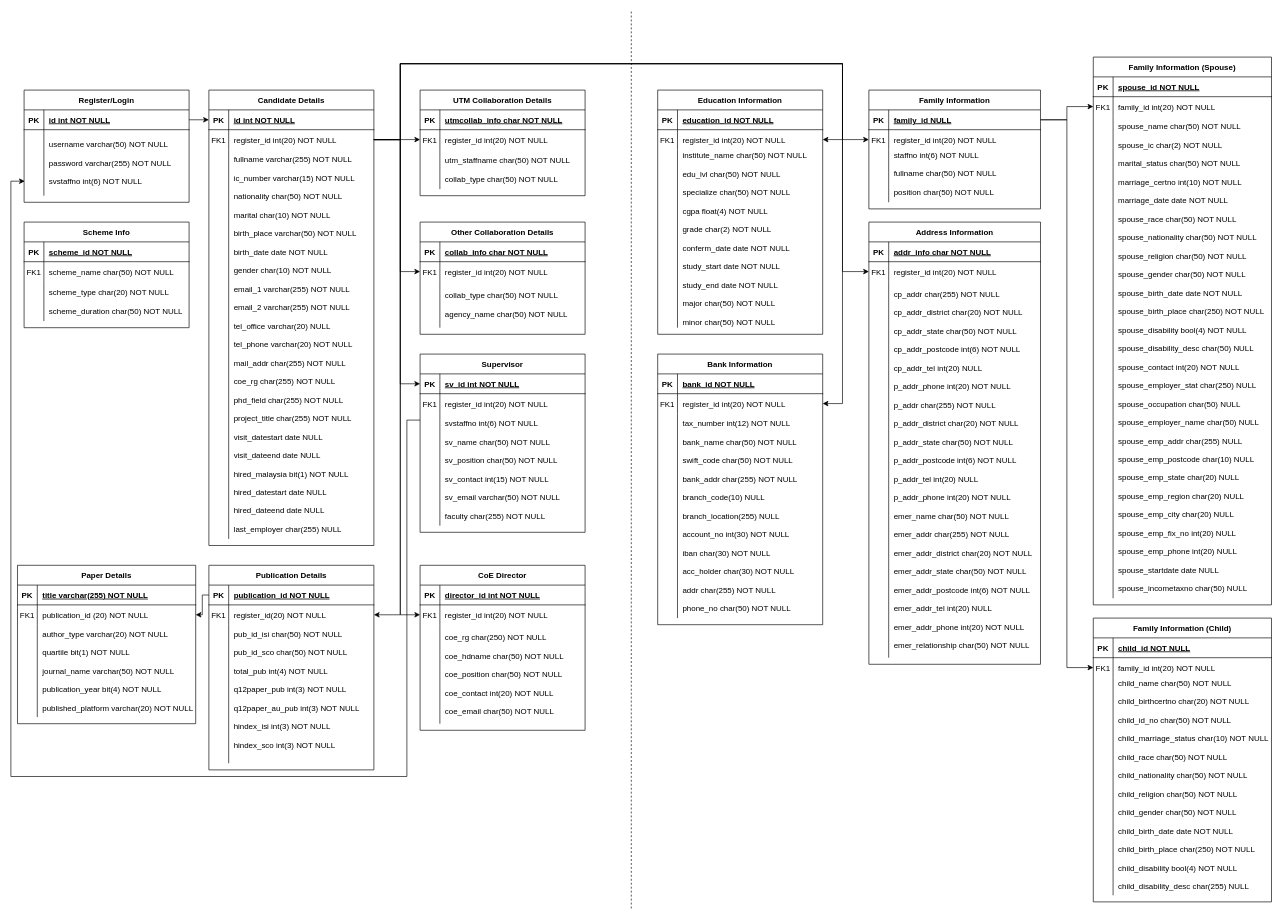
MohdSanusi/RF keeps this draw.io diagram as Untitled Diagram.drawio. Above is the earlier version. Source tidied: cells renumbered, new cells numbered last; positions are measured from the earlier drawing's top-left corner, leaving out a move shared by most shapes. Both pictures are drawn from the tidied source at 66%, with x=0, y=0 at pixel (11, 11).
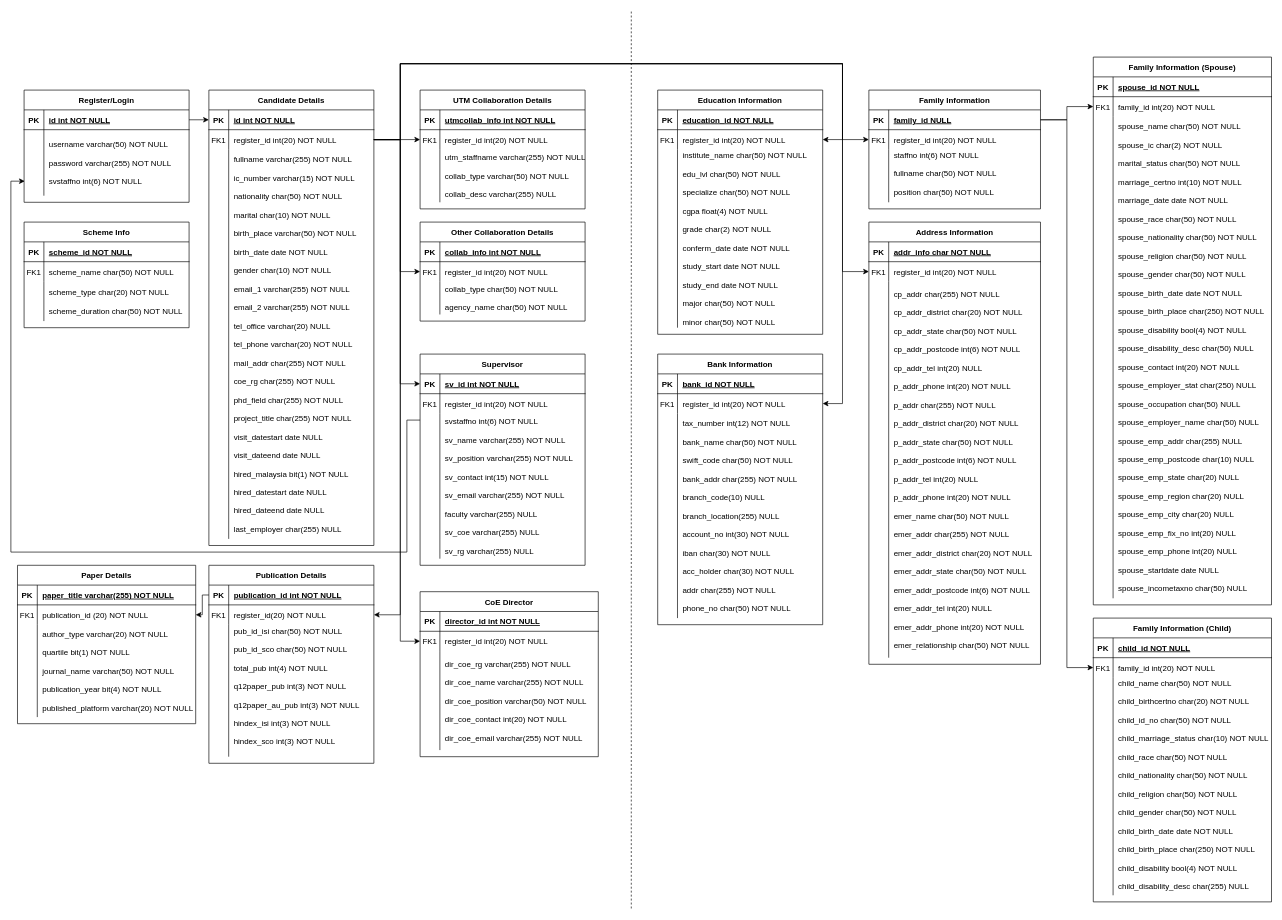
Above is the later version.

The change refers to these unchanged cells:
```xml
<mxCell id="6" style="shape=partialRectangle;fillColor=none;points=[[0,0.5],[1,0.5]];portConstraint=eastwest;top=0;left=0;right=0;bottom=0;" parent="2" vertex="1">
  <mxGeometry y="60" width="250" height="30" as="geometry" />
</mxCell>
<mxCell id="16" style="shape=partialRectangle;fillColor=none;points=[[0,0.5],[1,0.5]];portConstraint=eastwest;top=0;left=0;right=0;bottom=0;" parent="12" vertex="1">
  <mxGeometry y="60" width="250" height="100" as="geometry" />
</mxCell>
<mxCell id="21" style="shape=partialRectangle;fillColor=none;top=0;left=0;right=0;bottom=1;" parent="20" vertex="1">
  <mxGeometry y="30" width="250" height="30" as="geometry" />
</mxCell>
<mxCell id="32" style="shape=partialRectangle;fillColor=none;points=[[0,0.5],[1,0.5]];portConstraint=eastwest;top=0;left=0;right=0;bottom=1;" parent="31" vertex="1">
  <mxGeometry y="30" width="250" height="30" as="geometry" />
</mxCell>
<mxCell id="141" style="shape=partialRectangle;fillColor=none;points=[[0,0.5],[1,0.5]];portConstraint=eastwest;top=0;left=0;right=0;bottom=1;" parent="140" vertex="1">
  <mxGeometry y="30" width="250" height="30" as="geometry" />
</mxCell>
<mxCell id="155" style="shape=tableRow;horizontal=0;startSize=0;swimlaneHead=0;swimlaneBody=0;fillColor=none;top=0;left=0;right=0;bottom=1;" parent="154" vertex="1">
  <mxGeometry y="30" width="270" height="30" as="geometry" />
</mxCell>
```

The edit, as a diff of the source:
```diff
@@
     <mxCell id="20" value="UTM Collaboration Details" style="shape=table;startSize=30;childLayout=tableLayout;rowLines=0;fontStyle=1;align=center;" parent="1" vertex="1">
-      <mxGeometry x="620" y="120" width="250" height="160" as="geometry" />
+      <mxGeometry x="620" y="120" width="250" height="180" as="geometry" />
     </mxCell>
@@
-    <mxCell id="23" value="utmcollab_info char NOT NULL " style="shape=partialRectangle;overflow=hidden;fillColor=none;top=0;left=0;bottom=0;right=0;align=left;spacingLeft=6;fontStyle=5;" parent="21" vertex="1">
+    <mxCell id="23" value="utmcollab_info int NOT NULL " style="shape=partialRectangle;overflow=hidden;fillColor=none;top=0;left=0;bottom=0;right=0;align=left;spacingLeft=6;fontStyle=5;" parent="21" vertex="1">
       <mxGeometry x="30" width="220" height="30" as="geometry" />
     </mxCell>
@@
     <mxCell id="27" style="shape=partialRectangle;fillColor=none;top=0;left=0;right=0;bottom=0;" parent="20" vertex="1">
-      <mxGeometry y="90" width="250" height="60" as="geometry" />
+      <mxGeometry y="90" width="250" height="80" as="geometry" />
     </mxCell>
     <mxCell id="28" style="shape=partialRectangle;overflow=hidden;fillColor=none;top=0;left=0;bottom=0;right=0;" parent="27" vertex="1">
-      <mxGeometry width="30" height="60" as="geometry" />
+      <mxGeometry width="30" height="80" as="geometry" />
     </mxCell>
-    <mxCell id="29" value="utm_staffname char(50) NOT NULL&#10;&#10;collab_type char(50) NOT NULL" style="shape=partialRectangle;overflow=hidden;fillColor=none;top=0;left=0;bottom=0;right=0;align=left;spacingLeft=6;" parent="27" vertex="1">
-      <mxGeometry x="30" width="220" height="60" as="geometry" />
+    <mxCell id="29" value="utm_staffname varchar(255) NOT NULL&#10;&#10;collab_type varchar(50) NOT NULL&#10;&#10;collab_desc varchar(255) NULL" style="shape=partialRectangle;overflow=hidden;fillColor=none;top=0;left=0;bottom=0;right=0;align=left;spacingLeft=6;" parent="27" vertex="1">
+      <mxGeometry x="30" width="220" height="80" as="geometry" />
     </mxCell>
@@
     <mxCell id="31" value="Other Collaboration Details" style="shape=table;startSize=30;childLayout=tableLayout;rowLines=0;fontStyle=1;align=center;" parent="1" vertex="1">
-      <mxGeometry x="620" y="320" width="250" height="170" as="geometry" />
+      <mxGeometry x="620" y="320" width="250" height="150" as="geometry" />
     </mxCell>
@@
-    <mxCell id="34" value="collab_info char NOT NULL " style="shape=partialRectangle;overflow=hidden;fillColor=none;top=0;left=0;bottom=0;right=0;align=left;spacingLeft=6;fontStyle=5;" parent="32" vertex="1">
+    <mxCell id="34" value="collab_info int NOT NULL " style="shape=partialRectangle;overflow=hidden;fillColor=none;top=0;left=0;bottom=0;right=0;align=left;spacingLeft=6;fontStyle=5;" parent="32" vertex="1">
       <mxGeometry x="30" width="220" height="30" as="geometry" />
     </mxCell>
@@
     <mxCell id="38" style="shape=partialRectangle;fillColor=none;top=0;left=0;right=0;bottom=0;" parent="31" vertex="1">
-      <mxGeometry y="90" width="250" height="70" as="geometry" />
+      <mxGeometry y="90" width="250" height="50" as="geometry" />
     </mxCell>
     <mxCell id="39" style="shape=partialRectangle;overflow=hidden;fillColor=none;top=0;left=0;bottom=0;right=0;" parent="38" vertex="1">
-      <mxGeometry width="30" height="70" as="geometry" />
+      <mxGeometry width="30" height="50" as="geometry" />
     </mxCell>
     <mxCell id="40" value="collab_type char(50) NOT NULL&#10;&#10;agency_name char(50) NOT NULL" style="shape=partialRectangle;overflow=hidden;fillColor=none;top=0;left=0;bottom=0;right=0;align=left;spacingLeft=6;" parent="38" vertex="1">
-      <mxGeometry x="30" width="220" height="70" as="geometry" />
+      <mxGeometry x="30" width="220" height="50" as="geometry" />
     </mxCell>
@@
     <mxCell id="42" style="edgeStyle=orthogonalEdgeStyle;rounded=0;jettySize=auto;html=1;entryX=0.004;entryY=0.78;entryDx=0;entryDy=0;entryPerimeter=0;" parent="1" edge="1" source="43" target="16">
       <mxGeometry relative="1" as="geometry">
         <Array as="points">
           <mxPoint x="600" y="620" />
-          <mxPoint x="600" y="1160" />
-          <mxPoint y="1160" />
+          <mxPoint x="600" y="820" />
+          <mxPoint y="820" />
           <mxPoint y="258" />
         </Array>
       </mxGeometry>
     </mxCell>
     <mxCell id="43" value="Supervisor" style="shape=table;startSize=30;childLayout=tableLayout;rowLines=0;fontStyle=1;align=center;" parent="1" vertex="1">
-      <mxGeometry x="620" y="520" width="250" height="270" as="geometry" />
+      <mxGeometry x="620" y="520" width="250" height="320" as="geometry" />
     </mxCell>
@@
     <mxCell id="50" style="shape=partialRectangle;fillColor=none;top=0;left=0;right=0;bottom=0;" parent="43" vertex="1">
-      <mxGeometry y="90" width="250" height="170" as="geometry" />
+      <mxGeometry y="90" width="250" height="220" as="geometry" />
     </mxCell>
     <mxCell id="51" style="shape=partialRectangle;overflow=hidden;fillColor=none;top=0;left=0;bottom=0;right=0;" parent="50" vertex="1">
-      <mxGeometry width="30" height="170" as="geometry" />
+      <mxGeometry width="30" height="220" as="geometry" />
     </mxCell>
-    <mxCell id="52" value="svstaffno int(6) NOT NULL&#10;&#10;sv_name char(50) NOT NULL&#10;&#10;sv_position char(50) NOT NULL&#10;&#10;sv_contact int(15) NOT NULL&#10;&#10;sv_email varchar(50) NOT NULL&#10;&#10;faculty char(255) NOT NULL" style="shape=partialRectangle;overflow=hidden;fillColor=none;top=0;left=0;bottom=0;right=0;align=left;spacingLeft=6;" parent="50" vertex="1">
-      <mxGeometry x="30" width="220" height="170" as="geometry" />
+    <mxCell id="52" value="svstaffno int(6) NOT NULL&#10;&#10;sv_name varchar(255) NOT NULL&#10;&#10;sv_position varchar(255) NOT NULL&#10;&#10;sv_contact int(15) NOT NULL&#10;&#10;sv_email varchar(255) NOT NULL&#10;&#10;faculty varchar(255) NULL&#10;&#10;sv_coe varchar(255) NULL&#10;&#10;sv_rg varchar(255) NULL" style="shape=partialRectangle;overflow=hidden;fillColor=none;top=0;left=0;bottom=0;right=0;align=left;spacingLeft=6;" parent="50" vertex="1">
+      <mxGeometry x="30" width="220" height="220" as="geometry" />
     </mxCell>
     <mxCell id="53" value="CoE Director" style="shape=table;startSize=30;childLayout=tableLayout;rowLines=0;fontStyle=1;align=center;" parent="1" vertex="1">
-      <mxGeometry x="620" y="840" width="250" height="250" as="geometry" />
+      <mxGeometry x="620" y="880" width="270" height="250" as="geometry" />
     </mxCell>
     <mxCell id="54" style="shape=partialRectangle;fillColor=none;top=0;left=0;right=0;bottom=1;" parent="53" vertex="1">
-      <mxGeometry y="30" width="250" height="30" as="geometry" />
+      <mxGeometry y="30" width="270" height="30" as="geometry" />
     </mxCell>
@@
     <mxCell id="56" value="director_id int NOT NULL " style="shape=partialRectangle;overflow=hidden;fillColor=none;top=0;left=0;bottom=0;right=0;align=left;spacingLeft=6;fontStyle=5;" parent="54" vertex="1">
-      <mxGeometry x="30" width="220" height="30" as="geometry" />
+      <mxGeometry x="30" width="240" height="30" as="geometry" />
     </mxCell>
     <mxCell id="57" style="shape=partialRectangle;fillColor=none;points=[[0,0.5],[1,0.5]];portConstraint=eastwest;top=0;left=0;right=0;bottom=0;" parent="53" vertex="1">
-      <mxGeometry y="60" width="250" height="30" as="geometry" />
+      <mxGeometry y="60" width="270" height="30" as="geometry" />
     </mxCell>
@@
     <mxCell id="59" value="register_id int(20) NOT NULL" style="shape=partialRectangle;overflow=hidden;fillColor=none;top=0;left=0;bottom=0;right=0;align=left;spacingLeft=6;" parent="57" vertex="1">
-      <mxGeometry x="30" width="220" height="30" as="geometry" />
+      <mxGeometry x="30" width="240" height="30" as="geometry" />
     </mxCell>
     <mxCell id="60" style="shape=partialRectangle;fillColor=none;top=0;left=0;right=0;bottom=0;" parent="53" vertex="1">
-      <mxGeometry y="90" width="250" height="150" as="geometry" />
+      <mxGeometry y="90" width="270" height="150" as="geometry" />
     </mxCell>
@@
-    <mxCell id="62" value="coe_rg char(250) NOT NULL&#10;&#10;coe_hdname char(50) NOT NULL&#10;&#10;coe_position char(50) NOT NULL&#10;&#10;coe_contact int(20) NOT NULL&#10;&#10;coe_email char(50) NOT NULL" style="shape=partialRectangle;overflow=hidden;fillColor=none;top=0;left=0;bottom=0;right=0;align=left;spacingLeft=6;" parent="60" vertex="1">
-      <mxGeometry x="30" width="220" height="150" as="geometry" />
+    <mxCell id="62" value="dir_coe_rg varchar(255) NOT NULL&#10;&#10;dir_coe_name varchar(255) NOT NULL&#10;&#10;dir_coe_position varchar(50) NOT NULL&#10;&#10;dir_coe_contact int(20) NOT NULL&#10;&#10;dir_coe_email varchar(255) NOT NULL" style="shape=partialRectangle;overflow=hidden;fillColor=none;top=0;left=0;bottom=0;right=0;align=left;spacingLeft=6;" parent="60" vertex="1">
+      <mxGeometry x="30" width="240" height="150" as="geometry" />
     </mxCell>
@@
     <mxCell id="65" style="edgeStyle=orthogonalEdgeStyle;rounded=0;jettySize=auto;html=1;exitX=1;exitY=0.5;exitDx=0;exitDy=0;entryX=0;entryY=0.5;entryDx=0;entryDy=0;" parent="1" edge="1" source="6" target="57">
       <mxGeometry relative="1" as="geometry">
         <Array as="points">
           <mxPoint x="590" y="195" />
-          <mxPoint x="590" y="915" />
+          <mxPoint x="590" y="955" />
         </Array>
       </mxGeometry>
     </mxCell>
@@
     <mxCell id="140" value="Publication Details" style="shape=table;startSize=30;childLayout=tableLayout;rowLines=0;fontStyle=1;align=center;" parent="1" vertex="1">
-      <mxGeometry x="300" y="840" width="250" height="310" as="geometry" />
+      <mxGeometry x="300" y="840" width="250" height="300" as="geometry" />
     </mxCell>
@@
-    <mxCell id="143" value="publication_id NOT NULL " style="shape=partialRectangle;overflow=hidden;fillColor=none;top=0;left=0;bottom=0;right=0;align=left;spacingLeft=6;fontStyle=5;" parent="141" vertex="1">
+    <mxCell id="143" value="publication_id int NOT NULL " style="shape=partialRectangle;overflow=hidden;fillColor=none;top=0;left=0;bottom=0;right=0;align=left;spacingLeft=6;fontStyle=5;" parent="141" vertex="1">
       <mxGeometry x="30" width="220" height="30" as="geometry" />
     </mxCell>
@@
     <mxCell id="147" style="shape=partialRectangle;fillColor=none;top=0;left=0;right=0;bottom=0;" parent="140" vertex="1">
-      <mxGeometry y="90" width="250" height="210" as="geometry" />
+      <mxGeometry y="90" width="250" height="200" as="geometry" />
     </mxCell>
     <mxCell id="148" style="shape=partialRectangle;overflow=hidden;fillColor=none;top=0;left=0;bottom=0;right=0;" parent="147" vertex="1">
-      <mxGeometry width="30" height="210" as="geometry" />
+      <mxGeometry width="30" height="200" as="geometry" />
     </mxCell>
     <mxCell id="149" value="pub_id_isi char(50) NOT NULL&#10;&#10;pub_id_sco char(50) NOT NULL&#10;&#10;total_pub int(4) NOT NULL&#10;&#10;q12paper_pub int(3) NOT NULL&#10;&#10;q12paper_au_pub int(3) NOT NULL&#10;&#10;hindex_isi int(3) NOT NULL&#10;&#10;hindex_sco int(3) NOT NULL&#10;" style="shape=partialRectangle;overflow=hidden;fillColor=none;top=0;left=0;bottom=0;right=0;align=left;spacingLeft=6;" parent="147" vertex="1">
-      <mxGeometry x="30" width="220" height="210" as="geometry" />
+      <mxGeometry x="30" width="220" height="200" as="geometry" />
     </mxCell>
@@
-    <mxCell id="157" value="title varchar(255) NOT NULL" style="shape=partialRectangle;fillColor=none;top=0;left=0;bottom=0;right=0;align=left;spacingLeft=6;fontStyle=5;overflow=hidden;" parent="155" vertex="1">
+    <mxCell id="157" value="paper_title varchar(255) NOT NULL" style="shape=partialRectangle;fillColor=none;top=0;left=0;bottom=0;right=0;align=left;spacingLeft=6;fontStyle=5;overflow=hidden;" parent="155" vertex="1">
       <mxGeometry x="30" width="240" height="30" as="geometry" />
     </mxCell>
```
